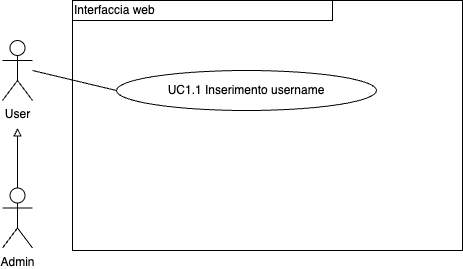
ShameIRL/farmacode keeps this draw.io diagram as imgs/Uml/UC1.1.png. Above is the earlier version. Source tidied: cells renumbered, new cells last; positions are measured from the earlier drawing's top-left corner, leaving out a move shared by most shapes. Source of this version:
```xml
<mxGraphModel>
  <root>
    <mxCell id="0" />
    <mxCell id="1" parent="0" />
    <mxCell id="2" value="UC1.1 Inserimento username" style="ellipse;whiteSpace=wrap;html=1;" parent="1" vertex="1">
      <mxGeometry x="114" y="70" width="260" height="40" as="geometry" />
    </mxCell>
    <mxCell id="3" value="User" style="shape=umlActor;verticalLabelPosition=bottom;verticalAlign=top;html=1;" parent="1" vertex="1">
      <mxGeometry y="40" width="30" height="60" as="geometry" />
    </mxCell>
    <mxCell id="4" style="edgeStyle=orthogonalEdgeStyle;rounded=0;jettySize=auto;html=1;exitX=0.5;exitY=0;exitDx=0;exitDy=0;exitPerimeter=0;endArrow=block;endFill=0;" parent="1" edge="1" source="5">
      <mxGeometry relative="1" as="geometry">
        <mxPoint x="15" y="127.5" as="targetPoint" />
      </mxGeometry>
    </mxCell>
    <mxCell id="5" value="Admin" style="shape=umlActor;verticalLabelPosition=bottom;verticalAlign=top;html=1;outlineConnect=0;" parent="1" vertex="1">
      <mxGeometry y="187.5" width="30" height="60" as="geometry" />
    </mxCell>
    <mxCell id="6" style="endArrow=none;html=1;rounded=0;entryX=0;entryY=0.5;entryDx=0;entryDy=0;" parent="1" edge="1" target="2">
      <mxGeometry relative="1" as="geometry">
        <mxPoint x="30" y="70" as="sourcePoint" />
      </mxGeometry>
    </mxCell>
    <mxCell id="7" value="&lt;div style=&quot;&quot;&gt;&lt;span style=&quot;background-color: initial;&quot;&gt;Interfaccia web&lt;/span&gt;&lt;/div&gt;" style="rounded=0;whiteSpace=wrap;html=1;fillColor=none;align=left;" parent="1" vertex="1">
      <mxGeometry x="70" width="260" height="20" as="geometry" />
    </mxCell>
    <mxCell id="8" style="rounded=0;whiteSpace=wrap;html=1;fillColor=none;" parent="1" vertex="1">
      <mxGeometry x="70" width="390" height="250" as="geometry" />
    </mxCell>
  </root>
</mxGraphModel>
```
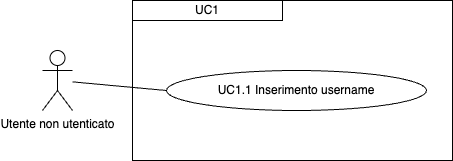
The same diagram one commit later.

Diff of the diagram source:
```diff
@@ -3,29 +3,19 @@
     <mxCell id="0" />
     <mxCell id="1" parent="0" />
     <mxCell id="2" value="UC1.1 Inserimento username" style="ellipse;whiteSpace=wrap;html=1;" parent="1" vertex="1">
-      <mxGeometry x="114" y="70" width="260" height="40" as="geometry" />
+      <mxGeometry x="104" y="70" width="260" height="40" as="geometry" />
     </mxCell>
-    <mxCell id="3" value="User" style="shape=umlActor;verticalLabelPosition=bottom;verticalAlign=top;html=1;" parent="1" vertex="1">
-      <mxGeometry y="40" width="30" height="60" as="geometry" />
-    </mxCell>
-    <mxCell id="4" style="edgeStyle=orthogonalEdgeStyle;rounded=0;jettySize=auto;html=1;exitX=0.5;exitY=0;exitDx=0;exitDy=0;exitPerimeter=0;endArrow=block;endFill=0;" parent="1" edge="1" source="5">
-      <mxGeometry relative="1" as="geometry">
-        <mxPoint x="15" y="127.5" as="targetPoint" />
-      </mxGeometry>
-    </mxCell>
-    <mxCell id="5" value="Admin" style="shape=umlActor;verticalLabelPosition=bottom;verticalAlign=top;html=1;outlineConnect=0;" parent="1" vertex="1">
-      <mxGeometry y="187.5" width="30" height="60" as="geometry" />
-    </mxCell>
-    <mxCell id="6" style="endArrow=none;html=1;rounded=0;entryX=0;entryY=0.5;entryDx=0;entryDy=0;" parent="1" edge="1" target="2">
-      <mxGeometry relative="1" as="geometry">
-        <mxPoint x="30" y="70" as="sourcePoint" />
-      </mxGeometry>
+    <mxCell id="6" style="endArrow=none;html=1;rounded=0;entryX=0;entryY=0.5;entryDx=0;entryDy=0;" parent="1" edge="1" source="9" target="2">
+      <mxGeometry relative="1" as="geometry" />
     </mxCell>
-    <mxCell id="7" value="&lt;div style=&quot;&quot;&gt;&lt;span style=&quot;background-color: initial;&quot;&gt;Interfaccia web&lt;/span&gt;&lt;/div&gt;" style="rounded=0;whiteSpace=wrap;html=1;fillColor=none;align=left;" parent="1" vertex="1">
-      <mxGeometry x="70" width="260" height="20" as="geometry" />
+    <mxCell id="7" value="&lt;div style=&quot;&quot;&gt;&lt;span style=&quot;background-color: initial;&quot;&gt;UC1&lt;/span&gt;&lt;/div&gt;" style="rounded=0;whiteSpace=wrap;html=1;fillColor=none;align=center;" parent="1" vertex="1">
+      <mxGeometry x="70" width="150" height="20" as="geometry" />
     </mxCell>
     <mxCell id="8" style="rounded=0;whiteSpace=wrap;html=1;fillColor=none;" parent="1" vertex="1">
-      <mxGeometry x="70" width="390" height="250" as="geometry" />
+      <mxGeometry x="70" width="320" height="160" as="geometry" />
     </mxCell>
+    <mxCell id="9" value="Utente non utenticato" style="shape=umlActor;verticalLabelPosition=bottom;verticalAlign=top;html=1;outlineConnect=0;" parent="1" vertex="1">
+      <mxGeometry x="-20" y="50" width="30" height="60" as="geometry" />
+    </mxCell>
   </root>
 </mxGraphModel>
```
